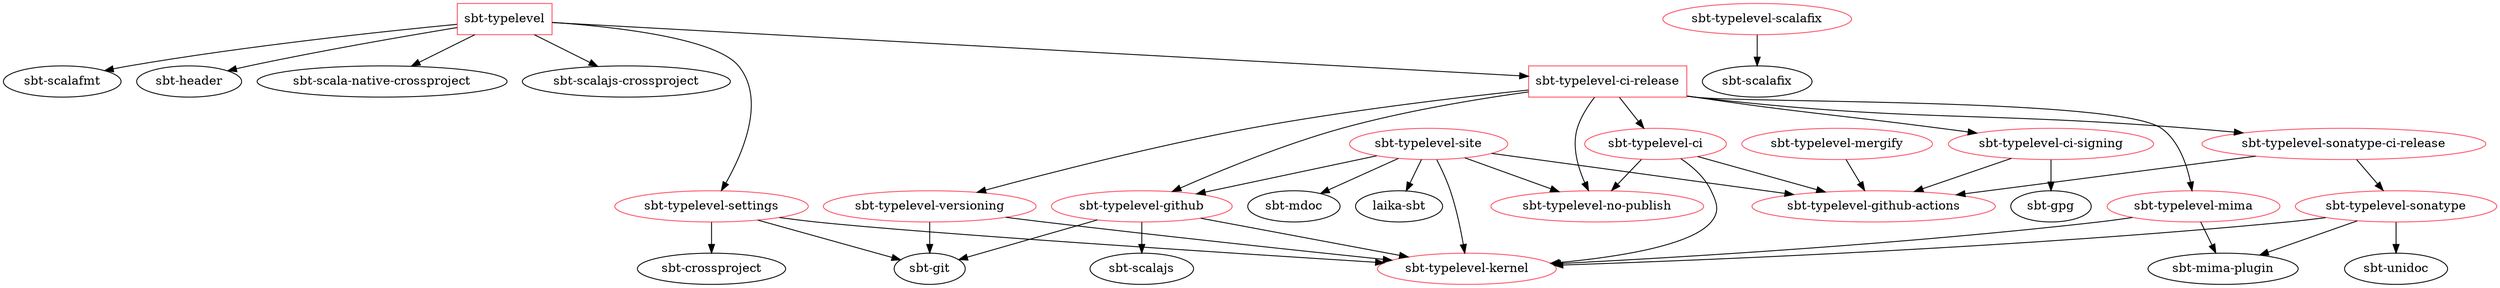
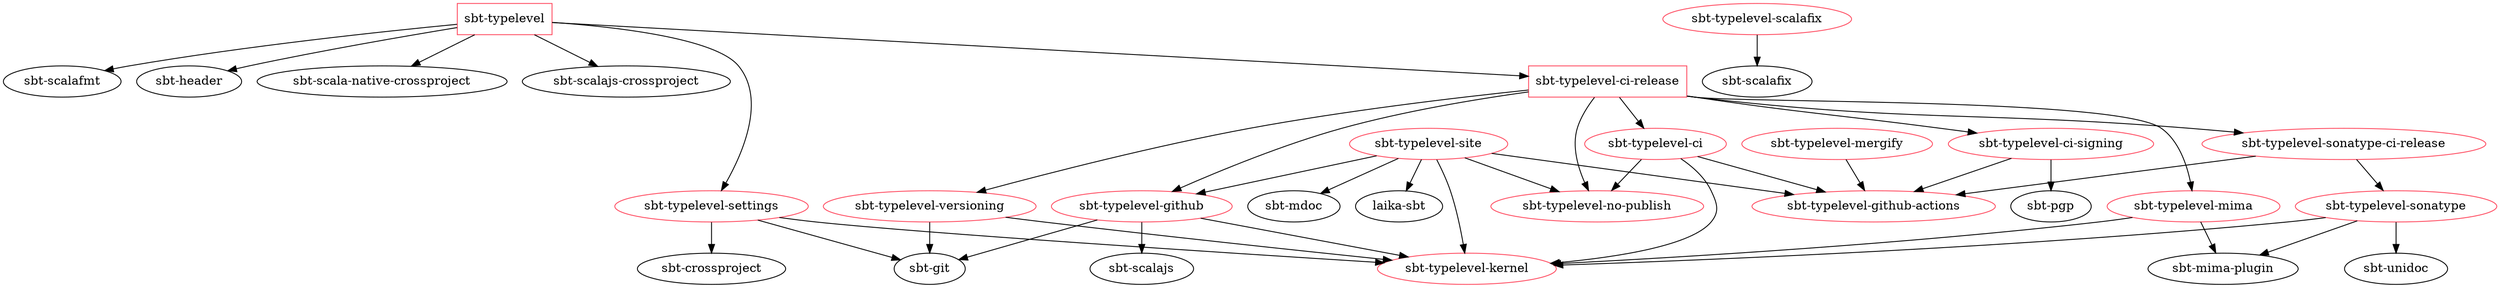
digraph {

  cross[label="sbt-crossproject"]
  fix[label="sbt-scalafix"]
  fmt[label="sbt-scalafmt"]
  git[label="sbt-git"]
-   gpg[label="sbt-gpg"]
+   pgp[label="sbt-pgp"]
  header[label="sbt-header"]
  laika[label="laika-sbt"]
  mdoc[label="sbt-mdoc"]
  mima[label="sbt-mima-plugin"]
  sncp[label="sbt-scala-native-crossproject"]
  sjs[label="sbt-scalajs"]
  sjscp[label="sbt-scalajs-crossproject"]
  unidoc[label="sbt-unidoc"]

  node[color="#FF4C61"];

  tlkernel[label="sbt-typelevel-kernel"];

  tlnopub[label="sbt-typelevel-no-publish"];

  tlsettings[label="sbt-typelevel-settings"];
  tlsettings -> tlkernel;
  tlsettings -> git;
  tlsettings -> cross;

  tlgithub[label="sbt-typelevel-github"];
  tlgithub -> tlkernel;
  tlgithub -> git;
  tlgithub -> sjs;

  tlversioning[label="sbt-typelevel-versioning"];
  tlversioning -> tlkernel;
  tlversioning -> git;

  tlmima[label="sbt-typelevel-mima"];
  tlmima -> tlkernel;
  tlmima -> mima;

  tlsonatype[label="sbt-typelevel-sonatype"];
  tlsonatype -> tlkernel;
  tlsonatype -> mima;
  tlsonatype -> unidoc;

  tlgha[label="sbt-typelevel-github-actions"]

  tlcisigning[label="sbt-typelevel-ci-signing"];
  tlcisigning -> tlgha;
-   tlcisigning -> gpg;
+   tlcisigning -> pgp;

  tlsonatypecirelease[label="sbt-typelevel-sonatype-ci-release"];
  tlsonatypecirelease -> tlsonatype;
  tlsonatypecirelease -> tlgha;

  tlci[label="sbt-typelevel-ci"];
  tlci -> tlkernel;
  tlci -> tlnopub;
  tlci -> tlgha;

  tlfix[label="sbt-typelevel-scalafix"];
  tlfix -> fix;

  tlmergify[label="sbt-typelevel-mergify"];
  tlmergify -> tlgha;

  tlsite[label="sbt-typelevel-site"];
  tlsite -> tlkernel;
  tlsite -> tlgithub;
  tlsite -> tlgha;
  tlsite -> tlnopub;
  tlsite -> mdoc;
  tlsite -> laika;

  node[shape="box"];

  tlcirelease[label="sbt-typelevel-ci-release"];
  tlcirelease -> tlci;
  tlcirelease -> tlgithub;
  tlcirelease -> tlversioning;
  tlcirelease -> tlmima;
  tlcirelease -> tlsonatypecirelease;
  tlcirelease -> tlcisigning;
  tlcirelease -> tlnopub;

  tl[label="sbt-typelevel"];
  tl -> tlsettings;
  tl -> tlcirelease;
  tl -> fmt;
  tl -> header;
  tl -> sjscp;
  tl -> sncp;
}
